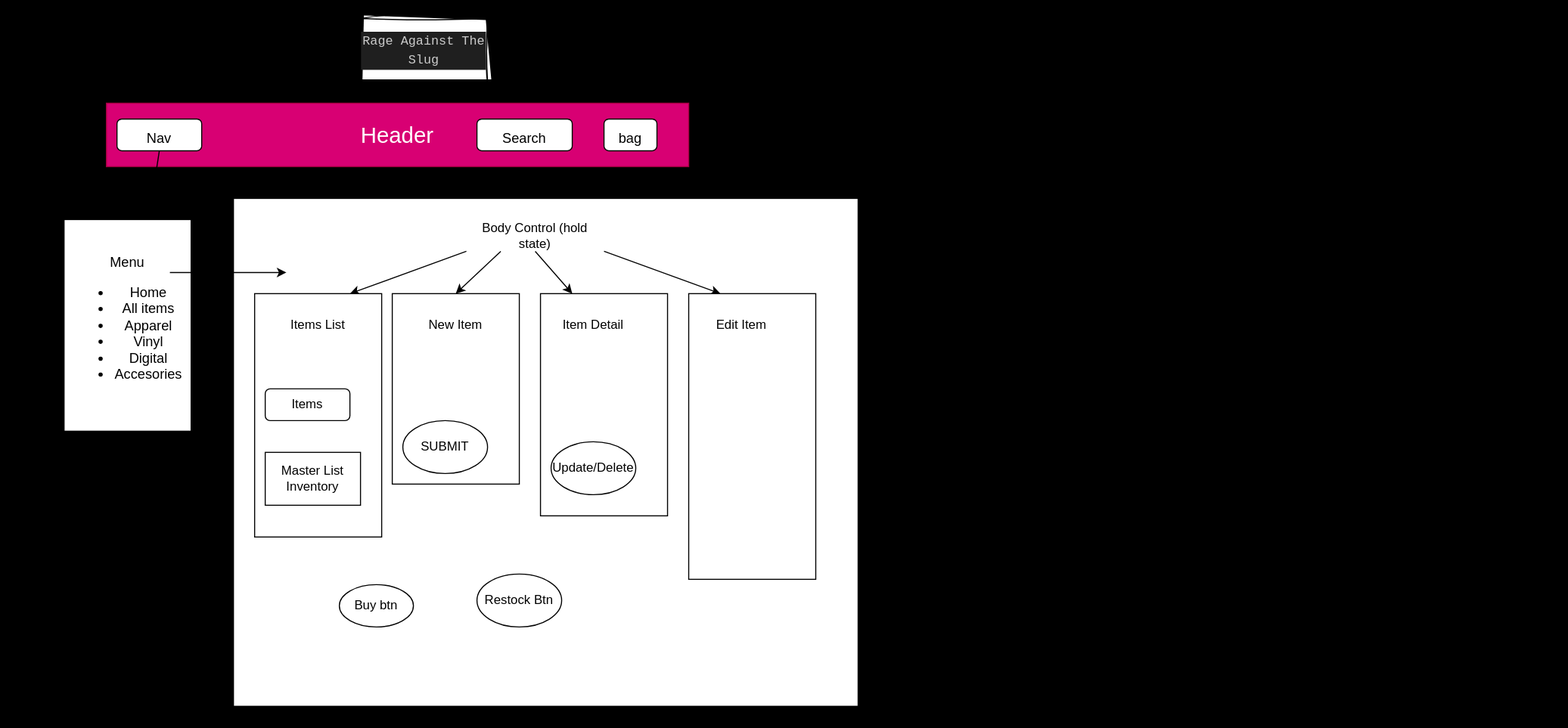
Gabe9T/merch-site keeps this draw.io diagram as src/images/diagram.drawio.svg. Above is the earlier version. Source tidied: cells renumbered, new cells last; positions are measured from the earlier drawing's top-left corner, leaving out a move shared by most shapes.
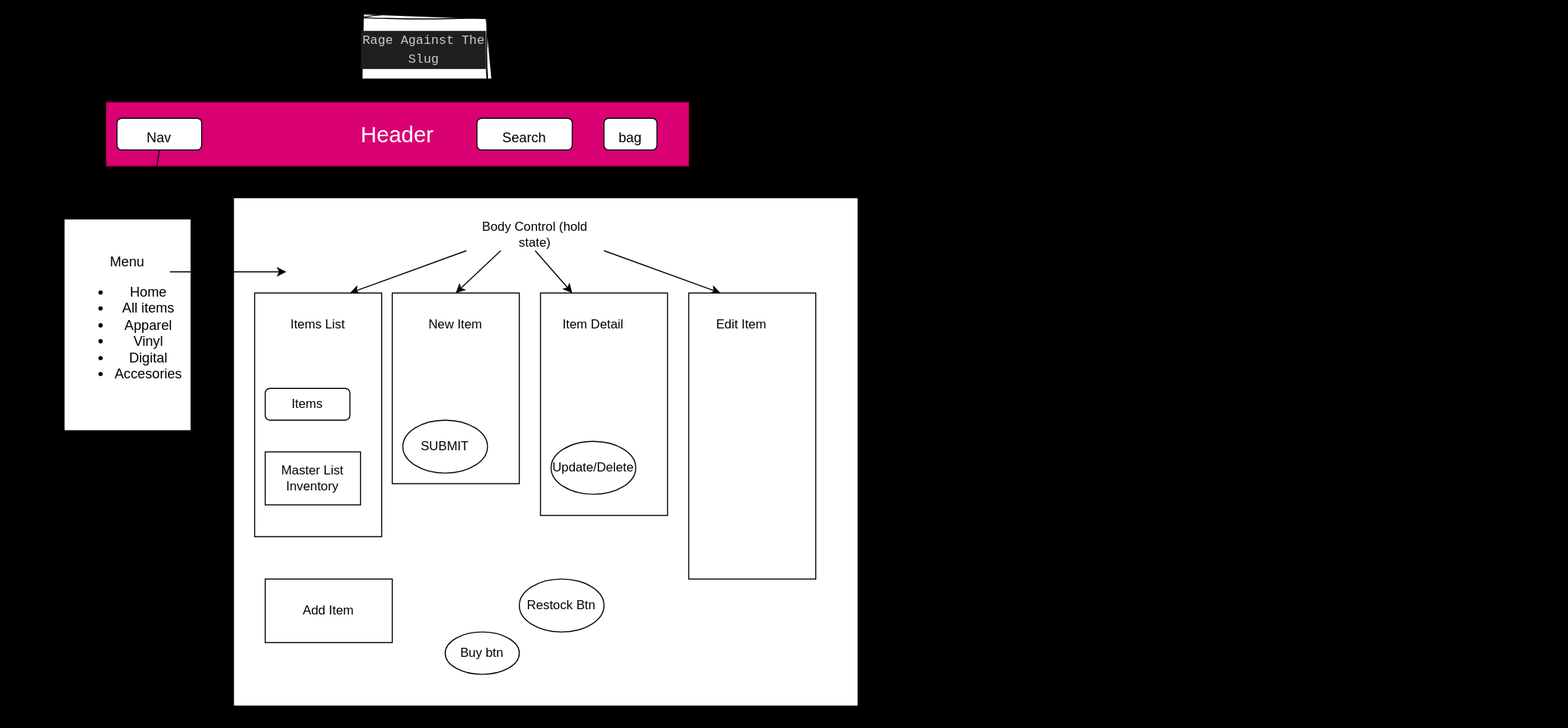
After the change.

Commit message:
add item button to home page which directs to form comp

Diff of the diagram source:
```diff
@@ -35,10 +35,10 @@
       </mxGeometry>
     </mxCell>
     <mxCell id="12" value="Buy btn" style="ellipse;whiteSpace=wrap;html=1;" parent="3" vertex="1">
-      <mxGeometry x="320" y="545" width="70" height="40" as="geometry" />
+      <mxGeometry x="420" y="590" width="70" height="40" as="geometry" />
     </mxCell>
     <mxCell id="13" value="Restock Btn" style="ellipse;whiteSpace=wrap;html=1;" parent="3" vertex="1">
-      <mxGeometry x="450" y="535" width="80" height="50" as="geometry" />
+      <mxGeometry x="490" y="540" width="80" height="50" as="geometry" />
     </mxCell>
     <mxCell id="14" style="edgeStyle=none;html=1;exitX=0.5;exitY=1;exitDx=0;exitDy=0;entryX=0.25;entryY=0;entryDx=0;entryDy=0;" parent="3" edge="1" source="18" target="21">
       <mxGeometry relative="1" as="geometry" />
@@ -91,6 +91,9 @@
     <mxCell id="30" value="Master List Inventory" style="rounded=0;whiteSpace=wrap;html=1;" parent="3" vertex="1">
       <mxGeometry x="250" y="420" width="90" height="50" as="geometry" />
     </mxCell>
+    <mxCell id="32" value="Add Item" style="rounded=0;whiteSpace=wrap;html=1;" parent="3" vertex="1">
+      <mxGeometry x="250" y="540" width="120" height="60" as="geometry" />
+    </mxCell>
     <mxCell id="31" value="Body Control" style="text;html=1;strokeColor=none;fillColor=none;align=center;verticalAlign=middle;whiteSpace=wrap;rounded=0;" parent="1" vertex="1">
       <mxGeometry x="1330" y="220" width="150" height="30" as="geometry" />
     </mxCell>
```
